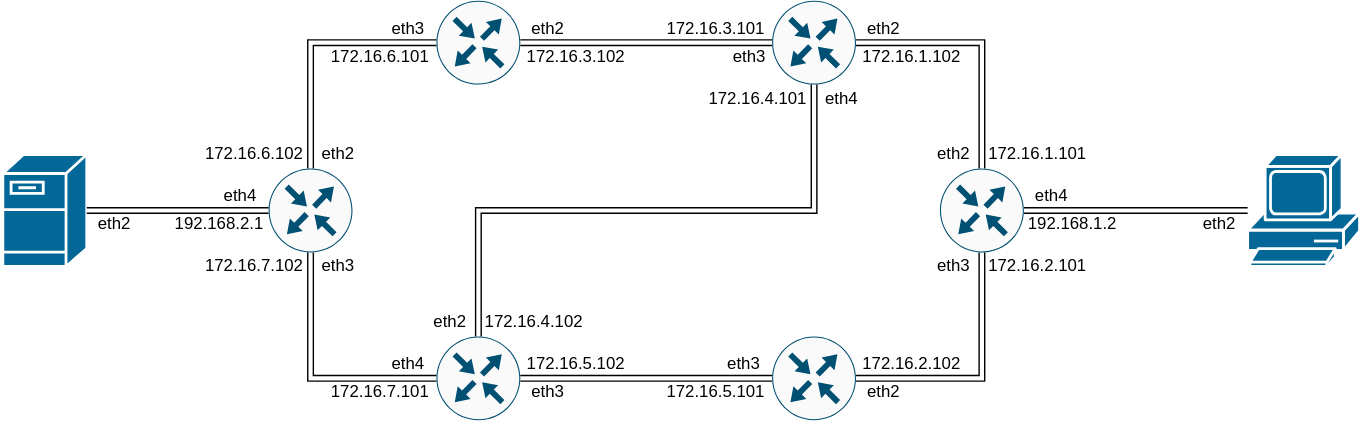
The draw.io diagram lab_3/images/lab3-topology.svg in Jesusya-26/2024_2025-introduction_in_routing-k3321-babayev_r_s, before a commit. Source tidied: cells renumbered, new cells last; positions are measured from the earlier drawing's top-left corner, leaving out a move shared by most shapes.
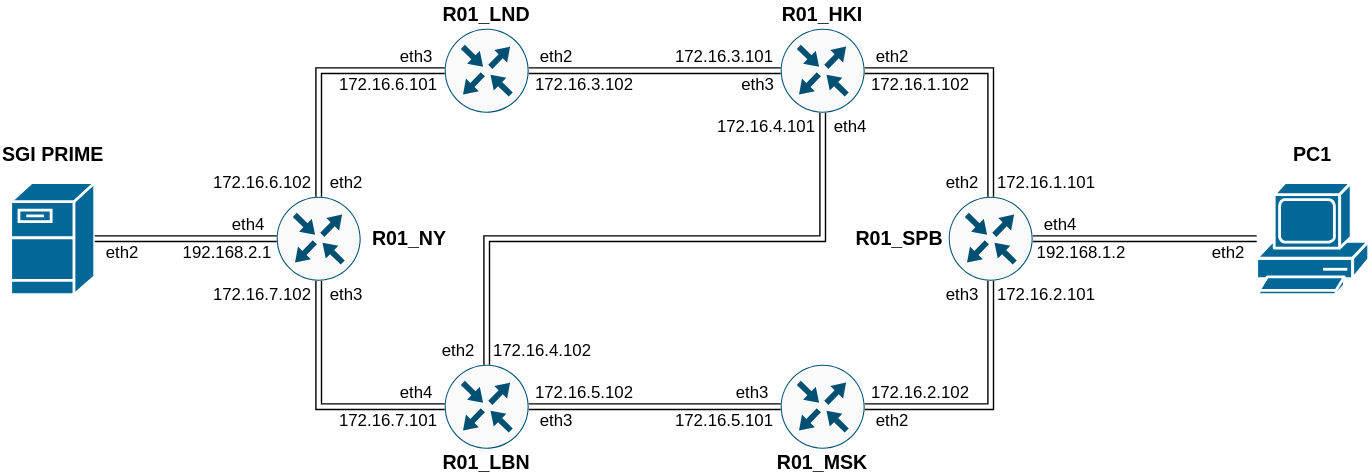
After the change.

The edit, as a diff of the source:
```diff
@@ -155,5 +155,29 @@
     <mxCell id="52" value="192.168.2.1" style="text;strokeColor=none;align=center;fillColor=none;html=1;verticalAlign=middle;whiteSpace=wrap;rounded=0;" parent="1" vertex="1">
       <mxGeometry x="120" y="150" width="70" height="20" as="geometry" />
     </mxCell>
+    <mxCell id="53" value="&lt;b&gt;&lt;font style=&quot;font-size: 14px;&quot;&gt;R01_SPB&lt;/font&gt;&lt;/b&gt;" style="text;strokeColor=none;align=center;fillColor=none;html=1;verticalAlign=middle;whiteSpace=wrap;rounded=0;" parent="1" vertex="1">
+      <mxGeometry x="600" y="140" width="70" height="20" as="geometry" />
+    </mxCell>
+    <mxCell id="54" value="&lt;b&gt;&lt;font style=&quot;font-size: 14px;&quot;&gt;R01_NY&lt;/font&gt;&lt;/b&gt;" style="text;strokeColor=none;align=center;fillColor=none;html=1;verticalAlign=middle;whiteSpace=wrap;rounded=0;" parent="1" vertex="1">
+      <mxGeometry x="250" y="140" width="70" height="20" as="geometry" />
+    </mxCell>
+    <mxCell id="55" value="&lt;b&gt;&lt;font style=&quot;font-size: 14px;&quot;&gt;R01_LND&lt;/font&gt;&lt;/b&gt;" style="text;strokeColor=none;align=center;fillColor=none;html=1;verticalAlign=middle;whiteSpace=wrap;rounded=0;" parent="1" vertex="1">
+      <mxGeometry x="305" y="-20" width="70" height="20" as="geometry" />
+    </mxCell>
+    <mxCell id="56" value="&lt;b&gt;&lt;font style=&quot;font-size: 14px;&quot;&gt;R01_HKI&lt;/font&gt;&lt;/b&gt;" style="text;strokeColor=none;align=center;fillColor=none;html=1;verticalAlign=middle;whiteSpace=wrap;rounded=0;" parent="1" vertex="1">
+      <mxGeometry x="545" y="-20" width="70" height="20" as="geometry" />
+    </mxCell>
+    <mxCell id="57" value="&lt;b&gt;&lt;font style=&quot;font-size: 14px;&quot;&gt;R01_MSK&lt;/font&gt;&lt;/b&gt;" style="text;strokeColor=none;align=center;fillColor=none;html=1;verticalAlign=middle;whiteSpace=wrap;rounded=0;" parent="1" vertex="1">
+      <mxGeometry x="545" y="300" width="70" height="20" as="geometry" />
+    </mxCell>
+    <mxCell id="58" value="&lt;b&gt;&lt;font style=&quot;font-size: 14px;&quot;&gt;R01_LBN&lt;/font&gt;&lt;/b&gt;" style="text;strokeColor=none;align=center;fillColor=none;html=1;verticalAlign=middle;whiteSpace=wrap;rounded=0;" parent="1" vertex="1">
+      <mxGeometry x="305" y="300" width="70" height="20" as="geometry" />
+    </mxCell>
+    <mxCell id="59" value="&lt;span style=&quot;font-size: 14px;&quot;&gt;&lt;b&gt;PC1&lt;/b&gt;&lt;/span&gt;" style="text;strokeColor=none;align=center;fillColor=none;html=1;verticalAlign=middle;whiteSpace=wrap;rounded=0;" parent="1" vertex="1">
+      <mxGeometry x="895" y="80" width="70" height="20" as="geometry" />
+    </mxCell>
+    <mxCell id="60" value="&lt;b&gt;&lt;font style=&quot;font-size: 14px;&quot;&gt;SGI PRIME&lt;/font&gt;&lt;/b&gt;" style="text;strokeColor=none;align=center;fillColor=none;html=1;verticalAlign=middle;whiteSpace=wrap;rounded=0;" parent="1" vertex="1">
+      <mxGeometry x="-7.5" y="80" width="75" height="20" as="geometry" />
+    </mxCell>
   </root>
 </mxGraphModel>
```
